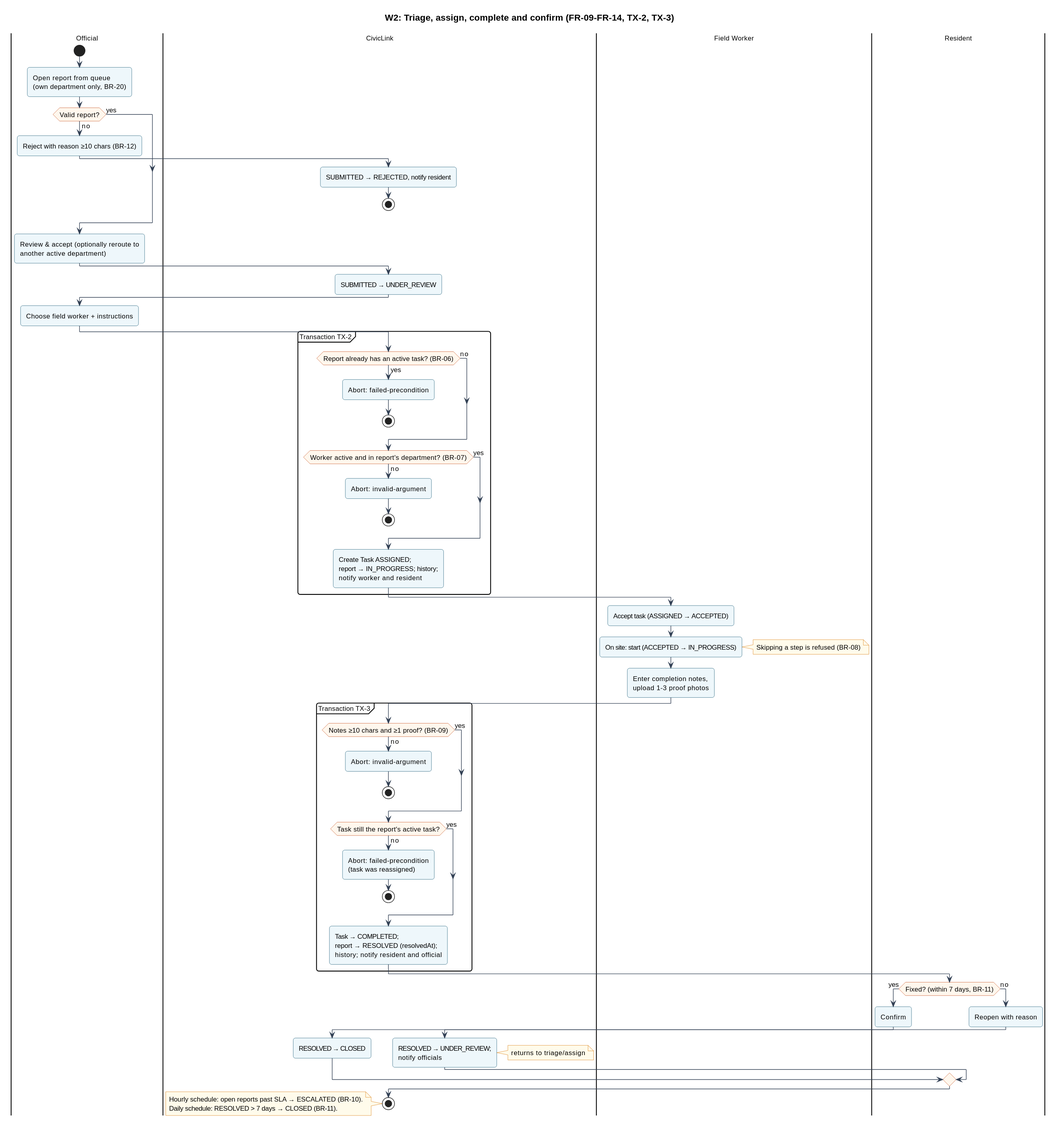
Earlier version of the PlantUML export docs/diagrams/activity-w2.svg (altechemist/civiclink).
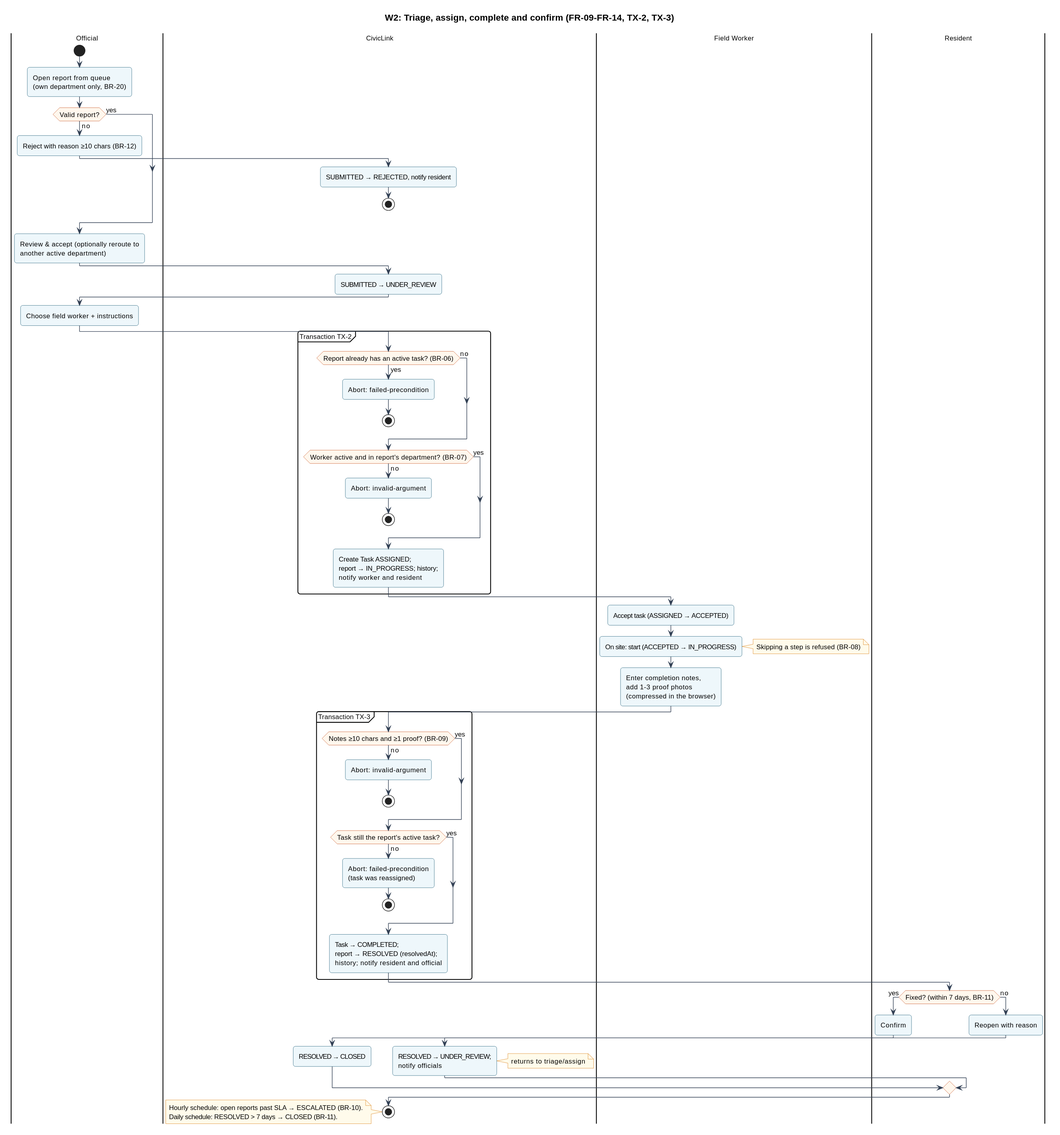
The same diagram one commit later.

The edit, as a diff of the source:
```diff
@@ -36,7 +36,7 @@
 :Accept task (ASSIGNED → ACCEPTED);
 :On site: start (ACCEPTED → IN_PROGRESS);
 note right: Skipping a step is refused (BR-08)
-:Enter completion notes,\nupload 1-3 proof photos;
+:Enter completion notes,\nadd 1-3 proof photos\n(compressed in the browser);
 |CivicLink|
 partition "Transaction TX-3" {
   if (Notes ≥10 chars and ≥1 proof? (BR-09)) then (no)
```
